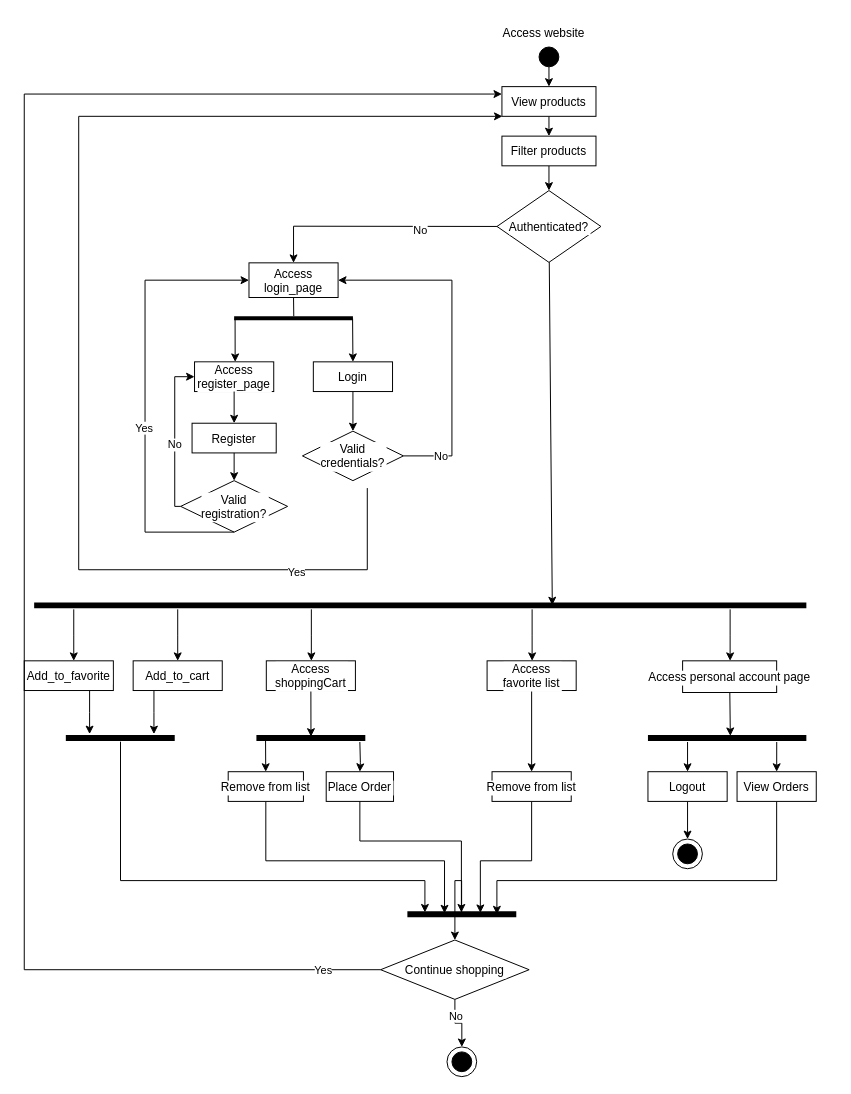
sergiusergiu1234/licenta keeps this draw.io diagram as diagrame v2/final/activity/Activity diagram customer.drawio. Above is the earlier version. Source tidied: cells renumbered, new cells numbered last; positions are measured from the earlier drawing's top-left corner, leaving out a move shared by most shapes. Both pictures are drawn from the tidied source at 99%, with x=0, y=0 at pixel (24, 17).
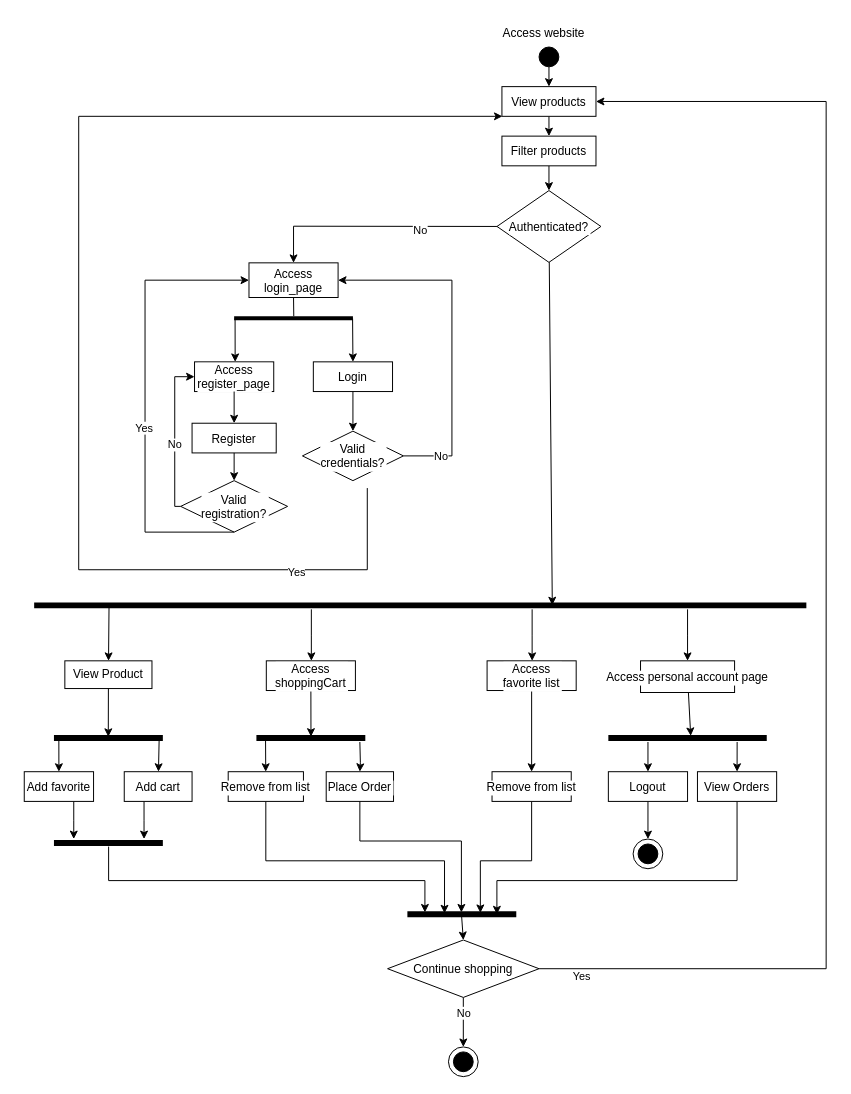
The same diagram, later.

The change refers to these unchanged cells:
```xml
<mxCell id="6" value="View products" style="rounded=0;labelBackgroundColor=default;verticalAlign=middle;" parent="1" vertex="1">
  <mxGeometry x="482.5" y="70" width="95" height="30" as="geometry" />
</mxCell>
<mxCell id="7" style="line;strokeWidth=6;fillColor=none;align=left;verticalAlign=middle;spacingTop=-1;spacingLeft=3;spacingRight=3;labelPosition=right;points=[];portConstraint=eastwest;labelBackgroundColor=default;" parent="1" vertex="1">
  <mxGeometry x="10" y="590" width="780" height="8" as="geometry" />
</mxCell>
<mxCell id="71" style="line;strokeWidth=6;fillColor=none;align=left;verticalAlign=middle;spacingTop=-1;spacingLeft=3;spacingRight=3;labelPosition=right;points=[];portConstraint=eastwest;labelBackgroundColor=default;" parent="1" vertex="1">
  <mxGeometry x="387" y="902" width="110" height="8" as="geometry" />
</mxCell>
```

What changed in the source:
```diff
@@
-    <mxCell id="14" style="edgeStyle=elbowEdgeStyle;rounded=0;jettySize=auto;labelBackgroundColor=default;fontColor=default;verticalAlign=middle;" parent="1" edge="1" source="7" target="16">
-      <mxGeometry relative="1" as="geometry" />
-    </mxCell>
@@
+    <mxCell id="79" style="edgeStyle=none;rounded=0;jettySize=auto;html=1;exitX=0.045;exitY=0.681;exitDx=0;exitDy=0;exitPerimeter=0;" parent="1" edge="1" source="84" target="16">
+      <mxGeometry relative="1" as="geometry" />
+    </mxCell>
-    <mxCell id="16" value="Add_to_favorite" style="rounded=0;labelBackgroundColor=default;verticalAlign=middle;" parent="1" vertex="1">
-      <mxGeometry y="650" width="90" height="30" as="geometry" />
+    <mxCell id="16" value="Add favorite" style="rounded=0;labelBackgroundColor=default;verticalAlign=middle;" parent="1" vertex="1">
+      <mxGeometry y="762" width="70" height="30" as="geometry" />
     </mxCell>
-    <mxCell id="17" style="edgeStyle=elbowEdgeStyle;rounded=0;jettySize=auto;labelBackgroundColor=default;fontColor=default;verticalAlign=middle;" parent="1" edge="1" source="7" target="19">
-      <mxGeometry relative="1" as="geometry" />
-    </mxCell>
@@
+    <mxCell id="80" style="rounded=0;jettySize=auto;html=1;exitX=0.966;exitY=0.681;exitDx=0;exitDy=0;exitPerimeter=0;" parent="1" edge="1" source="84" target="19">
+      <mxGeometry relative="1" as="geometry" />
+    </mxCell>
-    <mxCell id="19" value="Add_to_cart" style="rounded=0;labelBackgroundColor=default;verticalAlign=middle;" parent="1" vertex="1">
-      <mxGeometry x="110" y="650" width="90" height="30" as="geometry" />
+    <mxCell id="19" value="Add cart" style="rounded=0;labelBackgroundColor=default;verticalAlign=middle;" parent="1" vertex="1">
+      <mxGeometry x="101" y="762" width="68.5" height="30" as="geometry" />
     </mxCell>
@@
     <mxCell id="22" value="Access personal account page" style="rounded=0;labelBackgroundColor=default;verticalAlign=middle;" parent="1" vertex="1">
-      <mxGeometry x="665" y="650" width="95" height="32" as="geometry" />
+      <mxGeometry x="622.5" y="650" width="95" height="32" as="geometry" />
     </mxCell>
@@
     <mxCell id="56" style="line;strokeWidth=6;fillColor=none;align=left;verticalAlign=middle;spacingTop=-1;spacingLeft=3;spacingRight=3;labelPosition=right;points=[];portConstraint=eastwest;labelBackgroundColor=default;" parent="1" vertex="1">
-      <mxGeometry x="630" y="724" width="160" height="8" as="geometry" />
+      <mxGeometry x="590" y="724" width="160" height="8" as="geometry" />
     </mxCell>
@@
     <mxCell id="59" value="Logout" style="rounded=0;labelBackgroundColor=default;verticalAlign=middle;" parent="1" vertex="1">
-      <mxGeometry x="630" y="762" width="80" height="30" as="geometry" />
+      <mxGeometry x="590" y="762" width="80" height="30" as="geometry" />
     </mxCell>
@@
     <mxCell id="62" value="View Orders" style="rounded=0;labelBackgroundColor=default;verticalAlign=middle;" parent="1" vertex="1">
-      <mxGeometry x="720" y="762" width="80" height="30" as="geometry" />
+      <mxGeometry x="680" y="762" width="80" height="30" as="geometry" />
     </mxCell>
@@
     <mxCell id="66" style="line;strokeWidth=6;fillColor=none;align=left;verticalAlign=middle;spacingTop=-1;spacingLeft=3;spacingRight=3;labelPosition=right;points=[];portConstraint=eastwest;labelBackgroundColor=default;" parent="1" vertex="1">
-      <mxGeometry x="42" y="724" width="110" height="8" as="geometry" />
+      <mxGeometry x="30" y="830" width="110" height="8" as="geometry" />
     </mxCell>
@@
-    <mxCell id="69" style="edgeStyle=elbowEdgeStyle;rounded=0;jettySize=auto;exitX=0.498;exitY=0.738;exitDx=0;exitDy=0;exitPerimeter=0;entryX=0.5;entryY=0;entryDx=0;entryDy=0;labelBackgroundColor=default;fontColor=default;verticalAlign=middle;" parent="1" edge="1" source="71" target="70">
-      <mxGeometry relative="1" as="geometry">
-        <Array as="points">
-          <mxPoint x="442" y="872" />
-        </Array>
-      </mxGeometry>
+    <mxCell id="69" style="rounded=0;jettySize=auto;exitX=0.498;exitY=0.738;exitDx=0;exitDy=0;exitPerimeter=0;entryX=0.5;entryY=0;entryDx=0;entryDy=0;labelBackgroundColor=default;fontColor=default;verticalAlign=middle;" parent="1" edge="1" source="71" target="70">
+      <mxGeometry relative="1" as="geometry" />
     </mxCell>
+    <mxCell id="73" style="edgeStyle=orthogonalEdgeStyle;rounded=0;jettySize=auto;html=1;entryX=1;entryY=0.5;entryDx=0;entryDy=0;exitX=1;exitY=0.5;exitDx=0;exitDy=0;" parent="1" edge="1" source="70" target="6">
+      <mxGeometry relative="1" as="geometry">
+        <Array as="points">
+          <mxPoint x="810" y="961" />
+          <mxPoint x="810" y="85" />
+        </Array>
+      </mxGeometry>
+    </mxCell>
+    <mxCell id="74" value="Yes" style="edgeLabel;html=1;align=center;verticalAlign=middle;" parent="73" vertex="1">
+      <mxGeometry x="-0.94" y="-7" relative="1" as="geometry" />
+    </mxCell>
     <mxCell id="70" value="Continue shopping" style="rhombus;labelBackgroundColor=default;verticalAlign=middle;" parent="1" vertex="1">
-      <mxGeometry x="360" y="932" width="150" height="60" as="geometry" />
+      <mxGeometry x="367" y="932" width="153" height="58" as="geometry" />
     </mxCell>
@@
-    <mxCell id="73" style="endArrow=classic;rounded=0;exitX=0;exitY=0.5;exitDx=0;exitDy=0;entryX=0;entryY=0.25;entryDx=0;entryDy=0;edgeStyle=elbowEdgeStyle;labelBackgroundColor=default;fontColor=default;verticalAlign=middle;" parent="1" edge="1" source="70" target="6">
-      <mxGeometry relative="1" as="geometry">
-        <Array as="points">
-          <mxPoint y="530" />
-        </Array>
-      </mxGeometry>
-    </mxCell>
-    <mxCell id="74" value="Yes" style="edgeLabel;html=1;align=center;verticalAlign=middle;labelBackgroundColor=default;" parent="73" vertex="1">
-      <mxGeometry x="-0.95" y="-1" relative="1" as="geometry">
-        <mxPoint x="-16" y="1" as="offset" />
-      </mxGeometry>
-    </mxCell>
     <mxCell id="75" style="ellipse;whiteSpace=wrap;html=1;fillColor=#FFFFFF;" parent="1" vertex="1">
-      <mxGeometry x="427" y="1040" width="30" height="30" as="geometry" />
+      <mxGeometry x="428.5" y="1040" width="30" height="30" as="geometry" />
     </mxCell>
     <mxCell id="76" style="ellipse;whiteSpace=wrap;html=1;fillColor=#000000;" parent="1" vertex="1">
-      <mxGeometry x="432" y="1045" width="20" height="20" as="geometry" />
+      <mxGeometry x="433.5" y="1045" width="20" height="20" as="geometry" />
     </mxCell>
     <mxCell id="77" style="ellipse;whiteSpace=wrap;html=1;fillColor=#FFFFFF;" parent="1" vertex="1">
-      <mxGeometry x="655" y="830" width="30" height="30" as="geometry" />
+      <mxGeometry x="615" y="830" width="30" height="30" as="geometry" />
     </mxCell>
     <mxCell id="78" style="ellipse;whiteSpace=wrap;html=1;fillColor=#000000;" parent="1" vertex="1">
-      <mxGeometry x="660" y="835" width="20" height="20" as="geometry" />
+      <mxGeometry x="620" y="835" width="20" height="20" as="geometry" />
     </mxCell>
+    <mxCell id="81" style="rounded=0;jettySize=auto;html=1;exitX=0.097;exitY=0.333;exitDx=0;exitDy=0;exitPerimeter=0;" parent="1" edge="1" source="7" target="82">
+      <mxGeometry relative="1" as="geometry" />
+    </mxCell>
+    <mxCell id="82" value="View Product" style="rounded=0;whiteSpace=wrap;html=1;" parent="1" vertex="1">
+      <mxGeometry x="41" y="650" width="88" height="28" as="geometry" />
+    </mxCell>
+    <mxCell id="83" style="endArrow=classic;html=1;rounded=0;exitX=0.5;exitY=1;exitDx=0;exitDy=0;entryX=0.499;entryY=0.337;entryDx=0;entryDy=0;entryPerimeter=0;" parent="1" edge="1" source="82" target="84">
+      <mxGeometry relative="1" as="geometry" />
+    </mxCell>
+    <mxCell id="84" style="line;strokeWidth=6;fillColor=none;align=left;verticalAlign=middle;spacingTop=-1;spacingLeft=3;spacingRight=3;labelPosition=right;points=[];portConstraint=eastwest;labelBackgroundColor=default;" parent="1" vertex="1">
+      <mxGeometry x="30" y="724" width="110" height="8" as="geometry" />
+    </mxCell>
```
